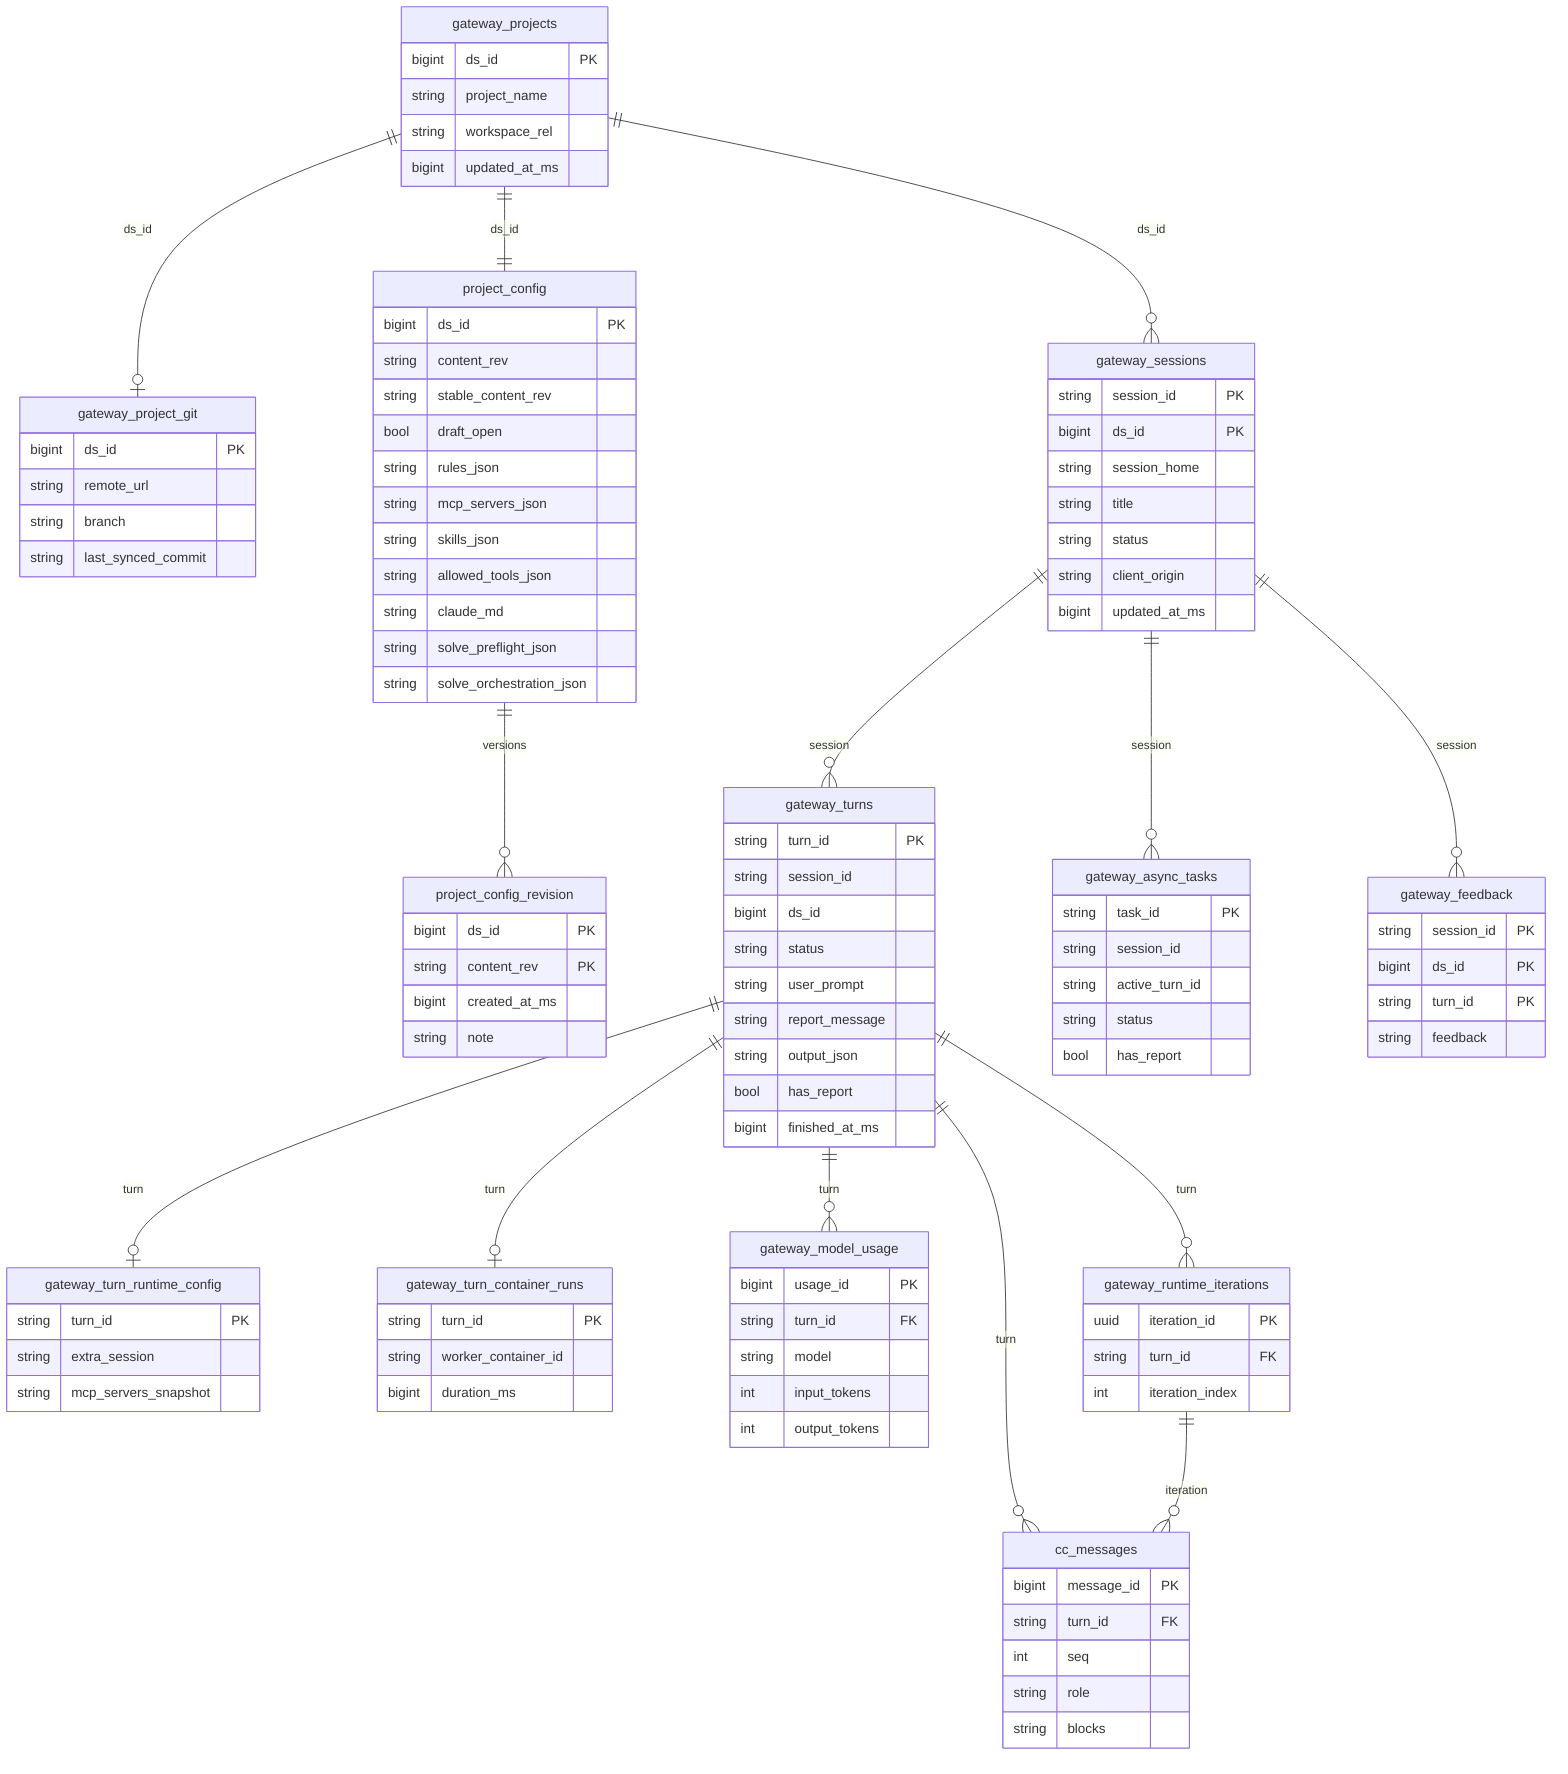
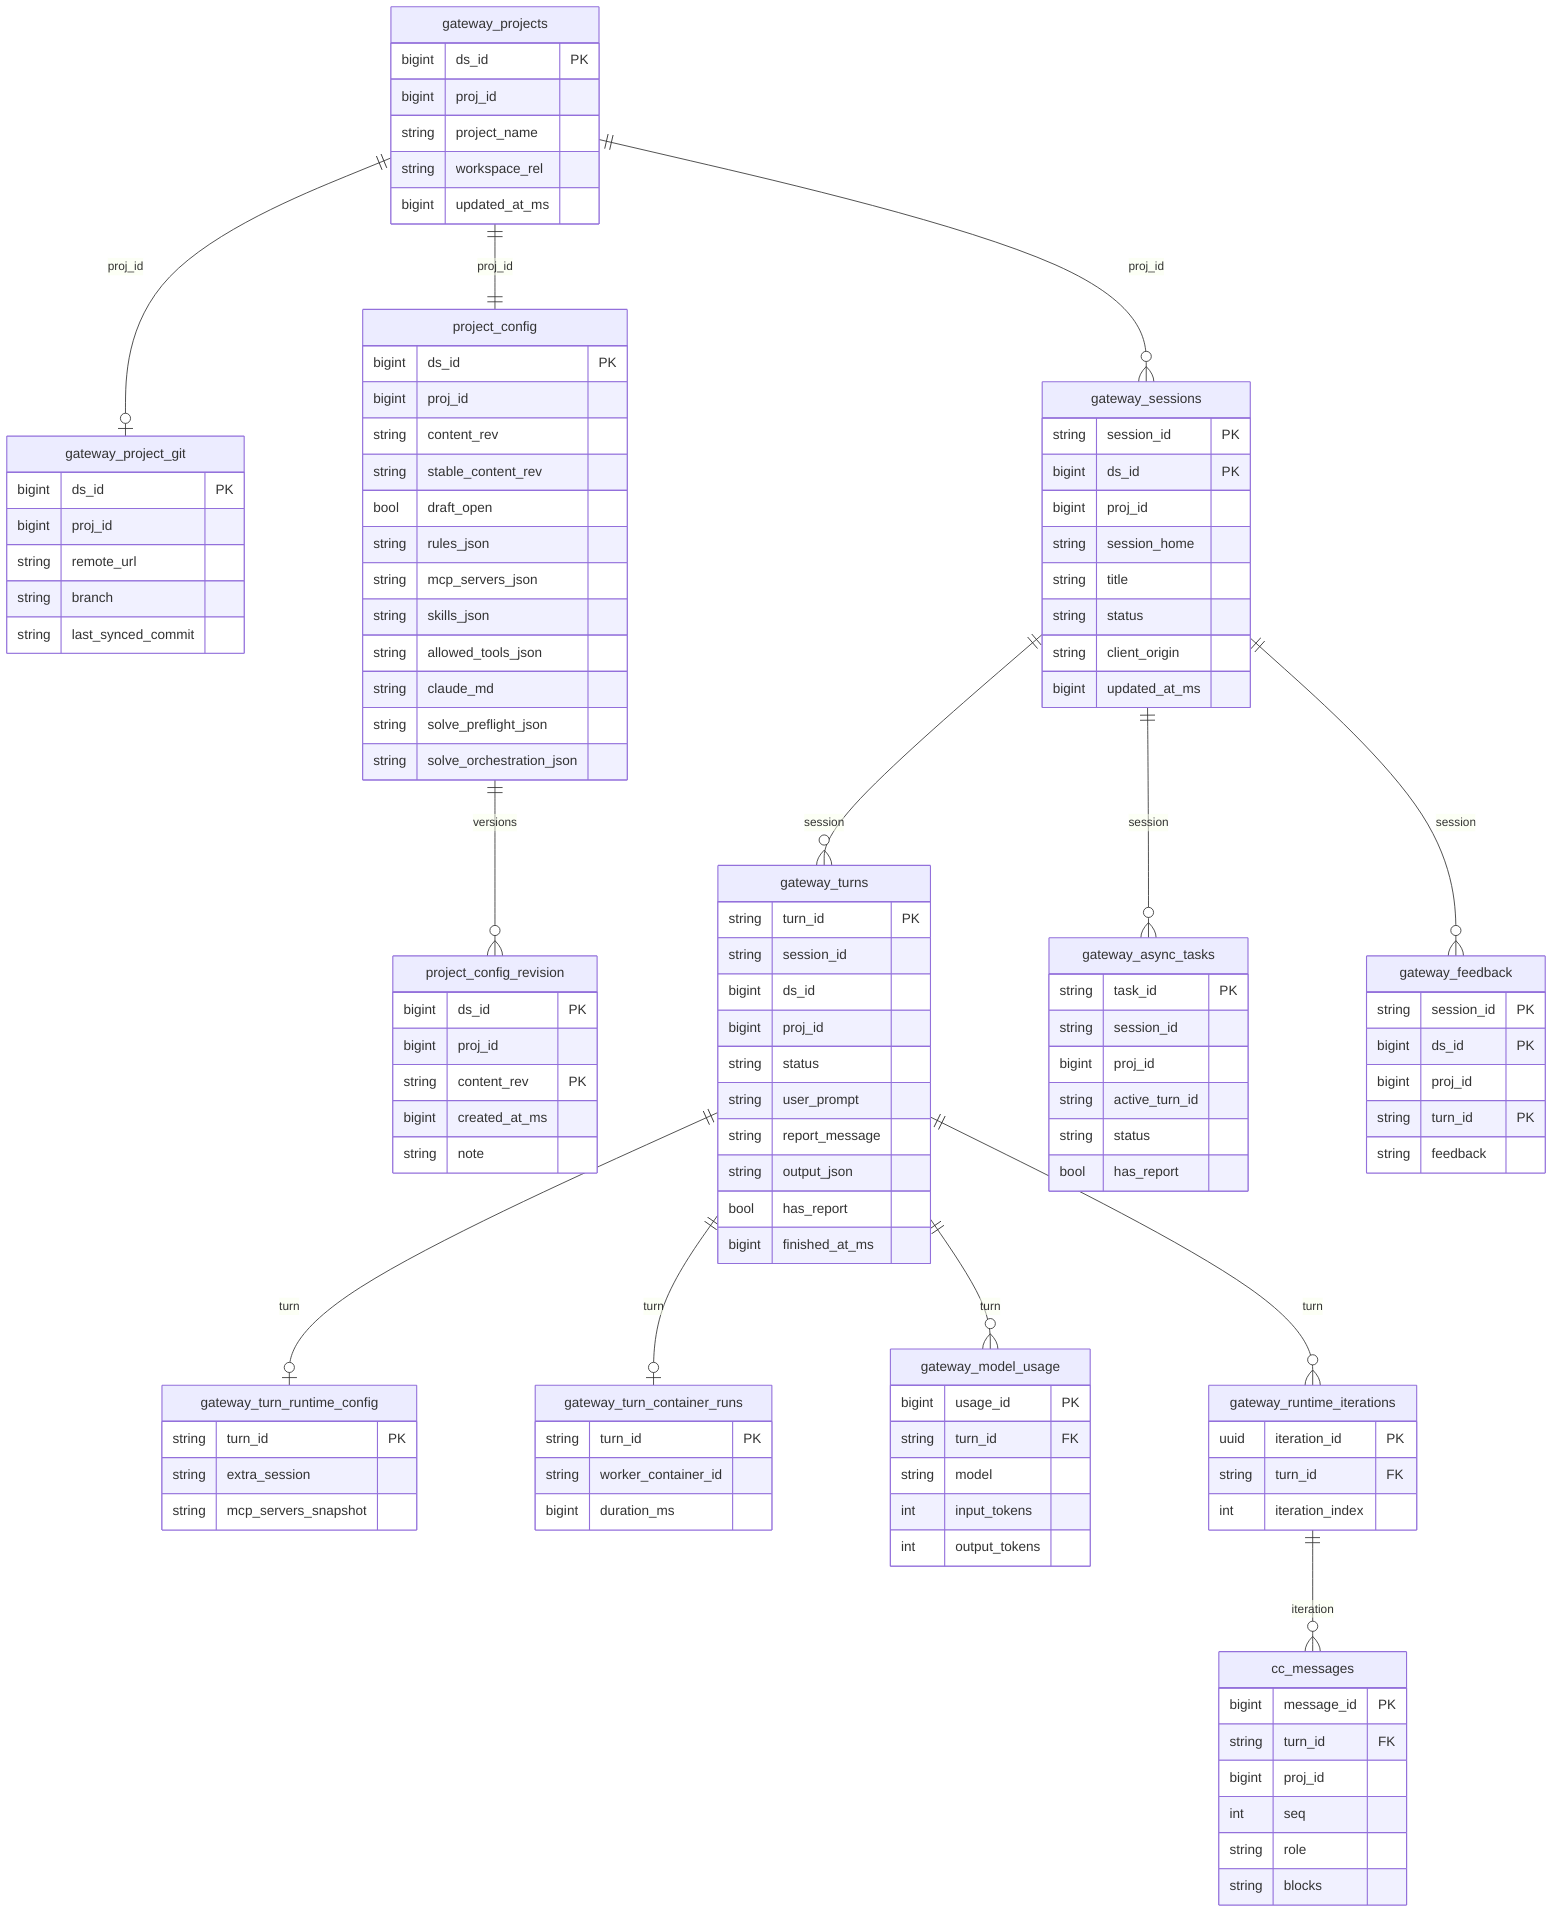
%% claw-code Gateway PostgreSQL ER. Author: kejiqing

erDiagram
-     gateway_projects ||--o| gateway_project_git : ds_id
-     gateway_projects ||--|| project_config : ds_id
+     gateway_projects ||--o| gateway_project_git : proj_id
+     gateway_projects ||--|| project_config : proj_id
    project_config ||--o{ project_config_revision : versions
-     gateway_projects ||--o{ gateway_sessions : ds_id
+     gateway_projects ||--o{ gateway_sessions : proj_id
    gateway_sessions ||--o{ gateway_turns : session
    gateway_sessions ||--o{ gateway_async_tasks : session
    gateway_sessions ||--o{ gateway_feedback : session
    gateway_turns ||--o| gateway_turn_runtime_config : turn
    gateway_turns ||--o| gateway_turn_container_runs : turn
    gateway_turns ||--o{ gateway_model_usage : turn
    gateway_turns ||--o{ gateway_runtime_iterations : turn
-     gateway_turns ||--o{ cc_messages : turn
    gateway_runtime_iterations ||--o{ cc_messages : iteration

    gateway_projects {
        bigint ds_id PK
+         bigint proj_id
        string project_name
        string workspace_rel
        bigint updated_at_ms
    }

    gateway_project_git {
        bigint ds_id PK
+         bigint proj_id
        string remote_url
        string branch
        string last_synced_commit
    }

    project_config {
        bigint ds_id PK
+         bigint proj_id
        string content_rev
        string stable_content_rev
        bool draft_open
        string rules_json
        string mcp_servers_json
        string skills_json
        string allowed_tools_json
        string claude_md
        string solve_preflight_json
        string solve_orchestration_json
    }

    project_config_revision {
        bigint ds_id PK
+         bigint proj_id
        string content_rev PK
        bigint created_at_ms
        string note
    }

    gateway_sessions {
        string session_id PK
        bigint ds_id PK
+         bigint proj_id
        string session_home
        string title
        string status
        string client_origin
        bigint updated_at_ms
    }

    gateway_turns {
        string turn_id PK
        string session_id
        bigint ds_id
+         bigint proj_id
        string status
        string user_prompt
        string report_message
        string output_json
        bool has_report
        bigint finished_at_ms
    }

    gateway_async_tasks {
        string task_id PK
        string session_id
+         bigint proj_id
        string active_turn_id
        string status
        bool has_report
    }

    gateway_feedback {
        string session_id PK
        bigint ds_id PK
+         bigint proj_id
        string turn_id PK
        string feedback
    }

    gateway_turn_runtime_config {
        string turn_id PK
        string extra_session
        string mcp_servers_snapshot
    }

    gateway_turn_container_runs {
        string turn_id PK
        string worker_container_id
        bigint duration_ms
    }

    gateway_model_usage {
        bigint usage_id PK
        string turn_id FK
        string model
        int input_tokens
        int output_tokens
    }

    gateway_runtime_iterations {
        uuid iteration_id PK
        string turn_id FK
        int iteration_index
    }

    cc_messages {
        bigint message_id PK
        string turn_id FK
+         bigint proj_id
        int seq
        string role
        string blocks
    }
